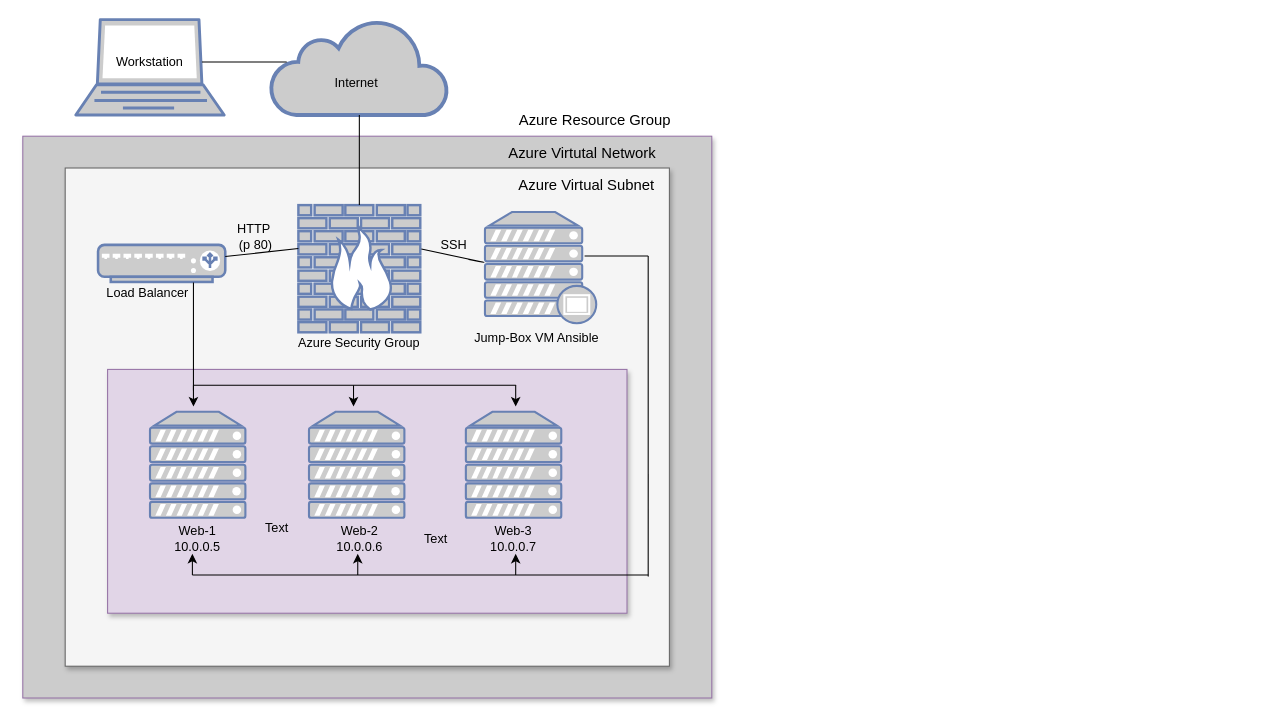
Before: Azure_Cloud_Network.drawio in cameo88/CyberSecurity, a draw.io diagram. Source tidied: cells renumbered, new cells numbered last; positions are measured from the earlier drawing's top-left corner, leaving out a move shared by most shapes. Both pictures are drawn from the tidied source at 106%, with x=0, y=0 at pixel (22, 19).
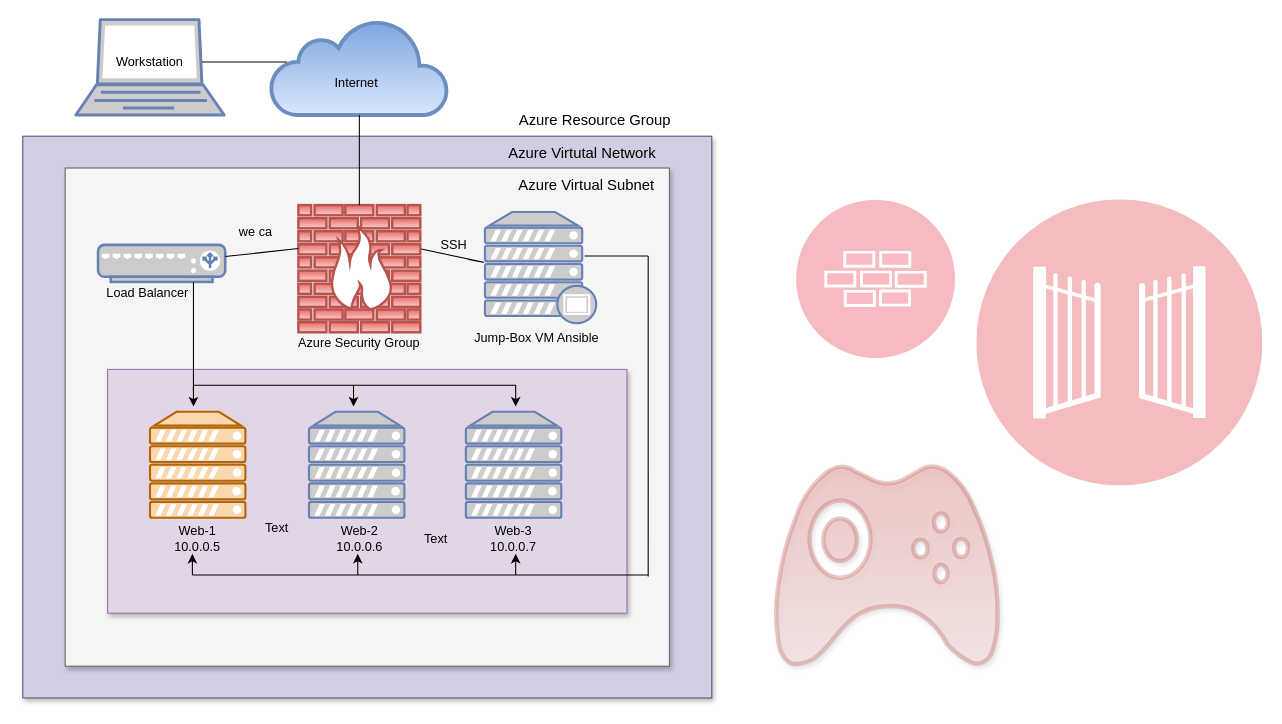
The same page after the edit.

Change to the diagram source:
```diff
@@
-    <mxCell id="4" style="whiteSpace=wrap;html=1;shadow=1;strokeColor=#9673a6;fillColor=#CCCCCC;" parent="1" vertex="1">
+    <mxCell id="4" style="whiteSpace=wrap;html=1;shadow=1;fillColor=#d0cee2;strokeColor=#56517e;" parent="1" vertex="1">
       <mxGeometry y="110" width="650" height="530" as="geometry" />
     </mxCell>
@@
-    <mxCell id="7" style="html=1;outlineConnect=0;fillColor=#CCCCCC;strokeColor=#6881B3;gradientColor=none;gradientDirection=north;strokeWidth=2;shape=mxgraph.networks.cloud;fontColor=#ffffff;" parent="1" vertex="1">
+    <mxCell id="7" style="html=1;outlineConnect=0;fillColor=#dae8fc;strokeColor=#6c8ebf;gradientColor=#7ea6e0;gradientDirection=north;strokeWidth=2;shape=mxgraph.networks.cloud;" parent="1" vertex="1">
       <mxGeometry x="234" width="167" height="90" as="geometry" />
     </mxCell>
-    <mxCell id="8" style="fontColor=#0066CC;verticalAlign=top;verticalLabelPosition=bottom;labelPosition=center;align=center;html=1;outlineConnect=0;fillColor=#CCCCCC;strokeColor=#6881B3;gradientColor=none;gradientDirection=north;strokeWidth=2;shape=mxgraph.networks.firewall;" parent="1" vertex="1">
+    <mxCell id="8" style="verticalAlign=top;verticalLabelPosition=bottom;labelPosition=center;align=center;html=1;outlineConnect=0;fillColor=#f8cecc;strokeColor=#b85450;gradientDirection=north;strokeWidth=2;shape=mxgraph.networks.firewall;gradientColor=#ea6b66;" parent="1" vertex="1">
       <mxGeometry x="260" y="175" width="115" height="120" as="geometry" />
     </mxCell>
@@
-    <mxCell id="12" style="fontColor=#0066CC;verticalAlign=top;verticalLabelPosition=bottom;labelPosition=center;align=center;html=1;fillColor=#CCCCCC;strokeColor=#6881B3;gradientColor=none;gradientDirection=north;strokeWidth=2;shape=mxgraph.networks.server;" parent="1" vertex="1">
+    <mxCell id="12" style="verticalAlign=top;verticalLabelPosition=bottom;labelPosition=center;align=center;html=1;fillColor=#fad7ac;strokeColor=#b46504;gradientDirection=north;strokeWidth=2;shape=mxgraph.networks.server;" parent="1" vertex="1">
       <mxGeometry x="120" y="370" width="90" height="100" as="geometry" />
     </mxCell>
@@
-    <mxCell id="43" value="HTTP&amp;nbsp;&lt;br&gt;(p 80)" style="text;html=1;strokeColor=none;fillColor=none;align=center;verticalAlign=middle;whiteSpace=wrap;rounded=0;shadow=1;opacity=30;" parent="1" vertex="1">
-      <mxGeometry x="200" y="195" width="40" height="20" as="geometry" />
+    <mxCell id="43" value="we ca" style="text;html=1;strokeColor=none;fillColor=none;align=center;verticalAlign=middle;whiteSpace=wrap;rounded=0;shadow=1;opacity=30;" parent="1" vertex="1">
+      <mxGeometry x="200" y="191" width="40" height="20" as="geometry" />
     </mxCell>
@@
+    <mxCell id="45" style="perimeter=ellipsePerimeter;html=1;align=center;shadow=0;dashed=0;fontColor=#4277BB;labelBackgroundColor=#ffffff;fontSize=12;spacingTop=3;image;image=img/lib/ibm/security/firewall.svg;strokeColor=#000000;strokeWidth=5;fillColor=#CCCCCC;gradientColor=#ffffff;opacity=30;" parent="1" vertex="1">
+      <mxGeometry x="730" y="170" width="150" height="150" as="geometry" />
+    </mxCell>
+    <mxCell id="46" style="perimeter=ellipsePerimeter;html=1;align=center;shadow=0;dashed=0;fontColor=#4277BB;labelBackgroundColor=#ffffff;fontSize=12;spacingTop=3;image;image=img/lib/ibm/security/gateway.svg;strokeColor=#000000;strokeWidth=5;fillColor=#CCCCCC;gradientColor=#ffffff;opacity=30;" parent="1" vertex="1">
+      <mxGeometry x="900" y="170" width="270" height="270" as="geometry" />
+    </mxCell>
+    <mxCell id="47" style="verticalAlign=top;verticalLabelPosition=bottom;labelPosition=center;align=center;html=1;fillColor=#f8cecc;strokeColor=#b85450;gradientDirection=north;strokeWidth=2;shape=mxgraph.networks.gamepad;shadow=1;opacity=30;gradientColor=#ea6b66;" parent="1" vertex="1">
+      <mxGeometry x="710" y="420" width="210" height="190" as="geometry" />
+    </mxCell>
```
